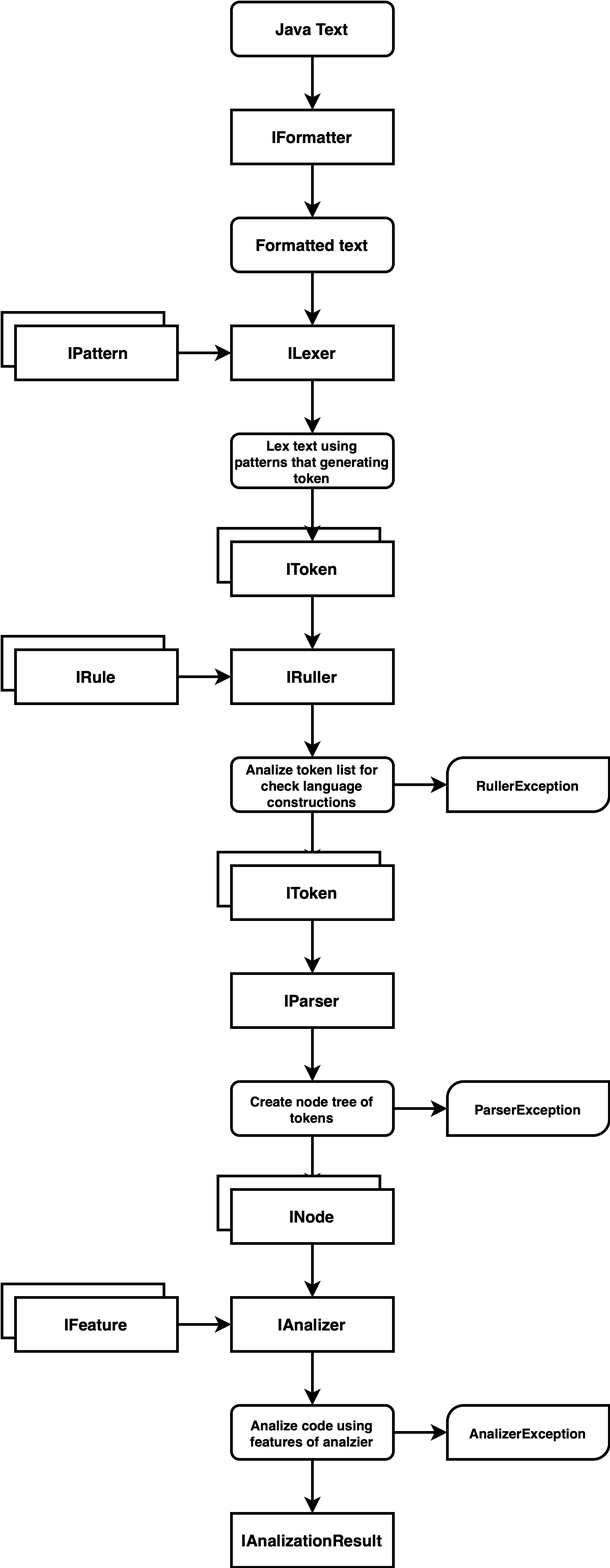
Before: Assets/plan-structure.png, a diagram exported from draw.io (the-femba/java-null-safety-linter). Source tidied: cells renumbered, new cells last; positions are measured from the earlier drawing's top-left corner, leaving out a move shared by most shapes.
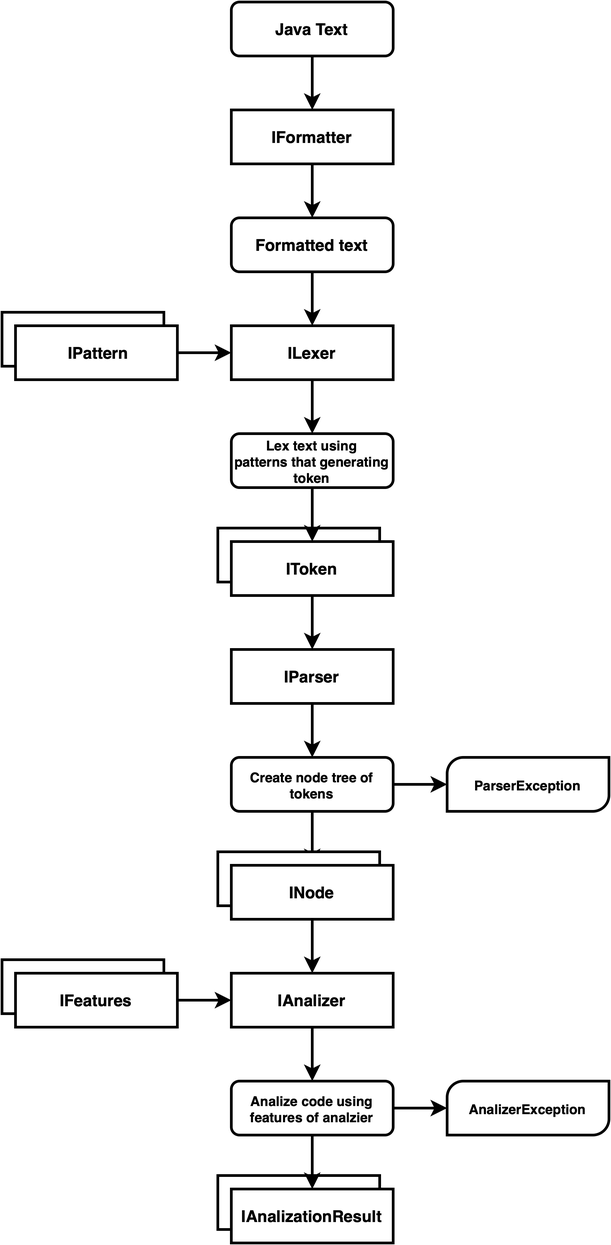
Later version of the same file.

Change to the diagram source:
```diff
@@ -2,6 +2,9 @@
   <root>
     <mxCell id="0" />
     <mxCell id="1" parent="0" />
+    <mxCell id="52" style="rounded=0;whiteSpace=wrap;html=1;strokeWidth=2;fontStyle=1;" parent="1" vertex="1">
+      <mxGeometry x="160" y="1110" width="120" height="40" as="geometry" />
+    </mxCell>
     <mxCell id="2" style="verticalLabelPosition=bottom;verticalAlign=top;html=1;shape=mxgraph.basic.diag_round_rect;dx=6;fontSize=10;strokeWidth=2;" parent="1" vertex="1">
       <mxGeometry x="330" y="800" width="120" height="40" as="geometry" />
     </mxCell>
@@ -9,24 +12,24 @@
       <mxGeometry y="950" width="120" height="40" as="geometry" />
     </mxCell>
     <mxCell id="4" value="Token" style="rounded=0;whiteSpace=wrap;html=1;strokeWidth=2;fontStyle=1;" parent="1" vertex="1">
-      <mxGeometry x="160" y="390" width="120" height="40" as="geometry" />
+      <mxGeometry x="160" y="630" width="120" height="40" as="geometry" />
     </mxCell>
     <mxCell id="5" style="edgeStyle=orthogonalEdgeStyle;rounded=0;jettySize=auto;html=1;exitX=0.5;exitY=1;exitDx=0;exitDy=0;entryX=0.5;entryY=0;entryDx=0;entryDy=0;strokeWidth=2;fontStyle=1;" parent="1" edge="1" source="6" target="19">
       <mxGeometry relative="1" as="geometry" />
     </mxCell>
     <mxCell id="6" value="IFormatter" style="rounded=0;whiteSpace=wrap;html=1;strokeWidth=2;fontStyle=1;" parent="1" vertex="1">
-      <mxGeometry x="170" y="80" width="120" height="40" as="geometry" />
+      <mxGeometry x="170" y="320" width="120" height="40" as="geometry" />
     </mxCell>
     <mxCell id="7" style="edgeStyle=orthogonalEdgeStyle;rounded=0;jettySize=auto;html=1;exitX=0.5;exitY=1;exitDx=0;exitDy=0;entryX=0.5;entryY=0;entryDx=0;entryDy=0;strokeWidth=2;fontStyle=1;" parent="1" edge="1" source="8">
       <mxGeometry relative="1" as="geometry">
-        <mxPoint x="230" y="320" as="targetPoint" />
+        <mxPoint x="230" y="560" as="targetPoint" />
       </mxGeometry>
     </mxCell>
     <mxCell id="8" value="ILexer" style="rounded=0;whiteSpace=wrap;html=1;strokeWidth=2;fontStyle=1;" parent="1" vertex="1">
-      <mxGeometry x="170" y="240" width="120" height="40" as="geometry" />
+      <mxGeometry x="170" y="480" width="120" height="40" as="geometry" />
     </mxCell>
     <mxCell id="9" value="&amp;nbsp;IPattern" style="rounded=0;whiteSpace=wrap;html=1;strokeWidth=2;fontStyle=1;" parent="1" vertex="1">
-      <mxGeometry y="230" width="120" height="40" as="geometry" />
+      <mxGeometry y="470" width="120" height="40" as="geometry" />
     </mxCell>
     <mxCell id="10" style="edgeStyle=orthogonalEdgeStyle;rounded=0;jettySize=auto;html=1;exitX=0.5;exitY=1;exitDx=0;exitDy=0;fontSize=10;strokeWidth=2;fontStyle=1;" parent="1" edge="1" source="11" target="36">
       <mxGeometry relative="1" as="geometry" />
@@ -37,26 +40,26 @@
     <mxCell id="12" style="edgeStyle=orthogonalEdgeStyle;rounded=0;jettySize=auto;html=1;exitX=1;exitY=0.5;exitDx=0;exitDy=0;entryX=0;entryY=0.5;entryDx=0;entryDy=0;fontSize=10;strokeWidth=2;fontStyle=1;" parent="1" edge="1" source="13" target="21">
       <mxGeometry relative="1" as="geometry" />
     </mxCell>
-    <mxCell id="13" value="IFeature" style="rounded=0;whiteSpace=wrap;html=1;strokeWidth=2;fontStyle=1;" parent="1" vertex="1">
+    <mxCell id="13" value="IFeatures" style="rounded=0;whiteSpace=wrap;html=1;strokeWidth=2;fontStyle=1;" parent="1" vertex="1">
       <mxGeometry x="10" y="960" width="120" height="40" as="geometry" />
     </mxCell>
     <mxCell id="14" style="edgeStyle=orthogonalEdgeStyle;rounded=0;jettySize=auto;html=1;exitX=0.5;exitY=1;exitDx=0;exitDy=0;entryX=0.5;entryY=0;entryDx=0;entryDy=0;strokeWidth=2;fontStyle=1;" parent="1" edge="1" source="15" target="6">
       <mxGeometry relative="1" as="geometry" />
     </mxCell>
     <mxCell id="15" value="Java Text" style="rounded=1;whiteSpace=wrap;html=1;strokeWidth=2;fontStyle=1;" parent="1" vertex="1">
-      <mxGeometry x="170" width="120" height="40" as="geometry" />
+      <mxGeometry x="170" y="240" width="120" height="40" as="geometry" />
     </mxCell>
     <mxCell id="16" style="edgeStyle=orthogonalEdgeStyle;rounded=0;jettySize=auto;html=1;exitX=1;exitY=0.5;exitDx=0;exitDy=0;entryX=0;entryY=0.5;entryDx=0;entryDy=0;fontSize=11;strokeWidth=2;fontStyle=1;" parent="1" edge="1" source="17" target="8">
       <mxGeometry relative="1" as="geometry" />
     </mxCell>
     <mxCell id="17" value="&amp;nbsp;IPattern" style="rounded=0;whiteSpace=wrap;html=1;strokeWidth=2;fontStyle=1;" parent="1" vertex="1">
-      <mxGeometry x="10" y="240" width="120" height="40" as="geometry" />
+      <mxGeometry x="10" y="480" width="120" height="40" as="geometry" />
     </mxCell>
     <mxCell id="18" style="edgeStyle=orthogonalEdgeStyle;rounded=0;jettySize=auto;html=1;exitX=0.5;exitY=1;exitDx=0;exitDy=0;entryX=0.5;entryY=0;entryDx=0;entryDy=0;strokeWidth=2;fontStyle=1;" parent="1" edge="1" source="19" target="8">
       <mxGeometry relative="1" as="geometry" />
     </mxCell>
     <mxCell id="19" value="Formatted text" style="rounded=1;whiteSpace=wrap;html=1;strokeWidth=2;fontStyle=1;" parent="1" vertex="1">
-      <mxGeometry x="170" y="160" width="120" height="40" as="geometry" />
+      <mxGeometry x="170" y="400" width="120" height="40" as="geometry" />
     </mxCell>
     <mxCell id="20" style="edgeStyle=orthogonalEdgeStyle;rounded=0;jettySize=auto;html=1;exitX=0.5;exitY=1;exitDx=0;exitDy=0;entryX=0.5;entryY=0;entryDx=0;entryDy=0;fontSize=10;strokeWidth=2;fontStyle=1;" parent="1" edge="1" source="21" target="42">
       <mxGeometry relative="1" as="geometry" />
@@ -66,42 +69,30 @@
     </mxCell>
     <mxCell id="22" style="edgeStyle=orthogonalEdgeStyle;rounded=0;jettySize=auto;html=1;exitX=0.5;exitY=1;exitDx=0;exitDy=0;entryX=0.5;entryY=0;entryDx=0;entryDy=0;fontSize=11;strokeWidth=2;fontStyle=1;" parent="1" edge="1" source="23">
       <mxGeometry relative="1" as="geometry">
-        <mxPoint x="230" y="400" as="targetPoint" />
+        <mxPoint x="230" y="640" as="targetPoint" />
       </mxGeometry>
     </mxCell>
     <mxCell id="23" value="Lex text using&lt;br style=&quot;font-size: 10px;&quot;&gt;patterns that generating token" style="rounded=1;whiteSpace=wrap;html=1;fontSize=10;strokeWidth=2;fontStyle=1;" parent="1" vertex="1">
-      <mxGeometry x="170" y="320" width="120" height="40" as="geometry" />
+      <mxGeometry x="170" y="560" width="120" height="40" as="geometry" />
     </mxCell>
-    <mxCell id="24" style="edgeStyle=orthogonalEdgeStyle;rounded=0;jettySize=auto;html=1;exitX=0.5;exitY=1;exitDx=0;exitDy=0;entryX=0.5;entryY=0;entryDx=0;entryDy=0;fontSize=11;strokeWidth=2;fontStyle=1;" parent="1" edge="1" source="25" target="27">
-      <mxGeometry relative="1" as="geometry" />
+    <mxCell id="24" style="edgeStyle=orthogonalEdgeStyle;rounded=0;jettySize=auto;html=1;exitX=0.5;exitY=1;exitDx=0;exitDy=0;entryX=0.5;entryY=0;entryDx=0;entryDy=0;fontSize=11;strokeWidth=2;fontStyle=1;" parent="1" edge="1" source="25">
+      <mxGeometry relative="1" as="geometry">
+        <mxPoint x="230" y="720" as="targetPoint" />
+      </mxGeometry>
     </mxCell>
     <mxCell id="25" value="IToken" style="rounded=0;whiteSpace=wrap;html=1;strokeWidth=2;fontStyle=1;" parent="1" vertex="1">
-      <mxGeometry x="170" y="400" width="120" height="40" as="geometry" />
+      <mxGeometry x="170" y="640" width="120" height="40" as="geometry" />
     </mxCell>
-    <mxCell id="26" style="edgeStyle=orthogonalEdgeStyle;rounded=0;jettySize=auto;html=1;exitX=0.5;exitY=1;exitDx=0;exitDy=0;entryX=0.5;entryY=0;entryDx=0;entryDy=0;fontSize=11;strokeWidth=2;fontStyle=1;" parent="1" edge="1" source="27" target="30">
-      <mxGeometry relative="1" as="geometry" />
+    <mxCell id="26" style="edgeStyle=orthogonalEdgeStyle;rounded=0;jettySize=auto;html=1;exitX=0.5;exitY=1;exitDx=0;exitDy=0;entryX=0.5;entryY=0;entryDx=0;entryDy=0;fontSize=11;strokeWidth=2;fontStyle=1;" parent="1" edge="1" target="x">
+      <mxGeometry relative="1" as="geometry">
+        <mxPoint x="230" y="760" as="sourcePoint" />
+      </mxGeometry>
     </mxCell>
-    <mxCell id="27" value="IRuller" style="rounded=0;whiteSpace=wrap;html=1;strokeWidth=2;fontStyle=1;" parent="1" vertex="1">
-      <mxGeometry x="170" y="480" width="120" height="40" as="geometry" />
-    </mxCell>
-    <mxCell id="28" style="edgeStyle=orthogonalEdgeStyle;rounded=0;jettySize=auto;html=1;exitX=0.5;exitY=1;exitDx=0;exitDy=0;entryX=0.5;entryY=0;entryDx=0;entryDy=0;fontSize=10;strokeWidth=2;fontStyle=1;" parent="1" edge="1" source="30" target="33">
-      <mxGeometry relative="1" as="geometry" />
-    </mxCell>
-    <mxCell id="29" style="edgeStyle=orthogonalEdgeStyle;rounded=0;jettySize=auto;html=1;exitX=1;exitY=0.5;exitDx=0;exitDy=0;entryX=0;entryY=0.5;entryDx=0;entryDy=0;fontSize=10;strokeWidth=2;" parent="1" edge="1" source="30" target="48">
-      <mxGeometry relative="1" as="geometry" />
+    <mxCell id="29" style="edgeStyle=orthogonalEdgeStyle;rounded=0;jettySize=auto;html=1;exitX=1;exitY=0.5;exitDx=0;exitDy=0;entryX=0;entryY=0.5;entryDx=0;entryDy=0;fontSize=10;strokeWidth=2;" parent="1" edge="1" target="x">
+      <mxGeometry relative="1" as="geometry">
+        <mxPoint x="290" y="820" as="sourcePoint" />
+      </mxGeometry>
     </mxCell>
-    <mxCell id="30" value="Analize token list for&lt;br style=&quot;font-size: 10px;&quot;&gt;check language constructions" style="rounded=1;whiteSpace=wrap;html=1;fontSize=10;strokeWidth=2;fontStyle=1;" parent="1" vertex="1">
-      <mxGeometry x="170" y="560" width="120" height="40" as="geometry" />
-    </mxCell>
-    <mxCell id="31" value="Token" style="rounded=0;whiteSpace=wrap;html=1;strokeWidth=2;fontStyle=1;" parent="1" vertex="1">
-      <mxGeometry x="160" y="630" width="120" height="40" as="geometry" />
-    </mxCell>
-    <mxCell id="32" style="edgeStyle=orthogonalEdgeStyle;rounded=0;jettySize=auto;html=1;exitX=0.5;exitY=1;exitDx=0;exitDy=0;entryX=0.5;entryY=0;entryDx=0;entryDy=0;fontSize=10;strokeWidth=2;fontStyle=1;" parent="1" edge="1" source="33" target="11">
-      <mxGeometry relative="1" as="geometry" />
-    </mxCell>
-    <mxCell id="33" value="IToken" style="rounded=0;whiteSpace=wrap;html=1;strokeWidth=2;fontStyle=1;" parent="1" vertex="1">
-      <mxGeometry x="170" y="640" width="120" height="40" as="geometry" />
-    </mxCell>
     <mxCell id="34" style="edgeStyle=orthogonalEdgeStyle;rounded=0;jettySize=auto;html=1;exitX=0.5;exitY=1;exitDx=0;exitDy=0;entryX=0.5;entryY=0;entryDx=0;entryDy=0;fontSize=10;strokeWidth=2;fontStyle=1;" parent="1" edge="1" source="36" target="39">
       <mxGeometry relative="1" as="geometry" />
     </mxCell>
@@ -120,8 +111,10 @@
     <mxCell id="39" value="INode" style="rounded=0;whiteSpace=wrap;html=1;strokeWidth=2;fontStyle=1;" parent="1" vertex="1">
       <mxGeometry x="170" y="880" width="120" height="40" as="geometry" />
     </mxCell>
-    <mxCell id="40" style="edgeStyle=orthogonalEdgeStyle;rounded=0;jettySize=auto;html=1;exitX=0.5;exitY=1;exitDx=0;exitDy=0;entryX=0.5;entryY=0;entryDx=0;entryDy=0;fontSize=10;strokeWidth=2;" parent="1" edge="1" source="42" target="44">
-      <mxGeometry relative="1" as="geometry" />
+    <mxCell id="40" style="edgeStyle=orthogonalEdgeStyle;rounded=0;jettySize=auto;html=1;exitX=0.5;exitY=1;exitDx=0;exitDy=0;entryX=0.5;entryY=0;entryDx=0;entryDy=0;fontSize=10;strokeWidth=2;" parent="1" edge="1" source="42">
+      <mxGeometry relative="1" as="geometry">
+        <mxPoint x="230" y="1120" as="targetPoint" />
+      </mxGeometry>
     </mxCell>
     <mxCell id="41" style="edgeStyle=orthogonalEdgeStyle;rounded=0;jettySize=auto;html=1;exitX=1;exitY=0.5;exitDx=0;exitDy=0;entryX=0;entryY=0.5;entryDx=0;entryDy=0;entryPerimeter=0;fontSize=10;strokeWidth=2;" parent="1" edge="1" source="42" target="43">
       <mxGeometry relative="1" as="geometry" />
@@ -141,22 +134,5 @@
     <mxCell id="46" value="ParserException" style="rounded=1;whiteSpace=wrap;html=1;fontSize=10;strokeWidth=2;fontStyle=1;labelBackgroundColor=none;fillColor=none;strokeColor=none;" parent="1" vertex="1">
       <mxGeometry x="330" y="800" width="120" height="40" as="geometry" />
     </mxCell>
-    <mxCell id="47" style="verticalLabelPosition=bottom;verticalAlign=top;html=1;shape=mxgraph.basic.diag_round_rect;dx=6;fontSize=10;strokeWidth=2;" parent="1" vertex="1">
-      <mxGeometry x="330" y="560" width="120" height="40" as="geometry" />
-    </mxCell>
-    <mxCell id="48" value="RullerException" style="rounded=1;whiteSpace=wrap;html=1;fontSize=10;strokeWidth=2;fontStyle=1;labelBackgroundColor=none;fillColor=none;strokeColor=none;" parent="1" vertex="1">
-      <mxGeometry x="330" y="560" width="120" height="40" as="geometry" />
-    </mxCell>
-    <mxCell id="49" value="&amp;nbsp;IPattern" style="rounded=0;whiteSpace=wrap;html=1;strokeWidth=2;fontStyle=1;" parent="1" vertex="1">
-      <mxGeometry y="470" width="120" height="40" as="geometry" />
-    </mxCell>
-    <mxCell id="50" style="edgeStyle=orthogonalEdgeStyle;rounded=0;jettySize=auto;html=1;exitX=1;exitY=0.5;exitDx=0;exitDy=0;entryX=0;entryY=0.5;entryDx=0;entryDy=0;fontSize=11;strokeWidth=2;fontStyle=1;" parent="1" edge="1" source="51">
-      <mxGeometry relative="1" as="geometry">
-        <mxPoint x="170" y="500" as="targetPoint" />
-      </mxGeometry>
-    </mxCell>
-    <mxCell id="51" value="IRule" style="rounded=0;whiteSpace=wrap;html=1;strokeWidth=2;fontStyle=1;" parent="1" vertex="1">
-      <mxGeometry x="10" y="480" width="120" height="40" as="geometry" />
-    </mxCell>
   </root>
 </mxGraphModel>
```
